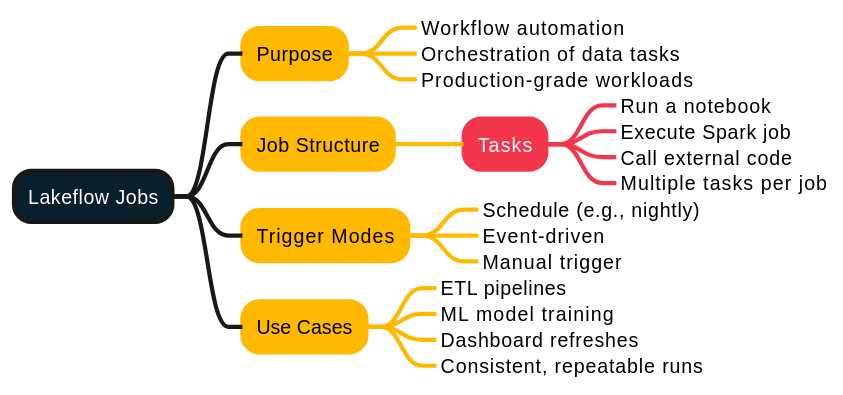
MicrosoftLearning/DP-750T00-Implement-Data-Engineering-Solutions-using-Azure-Databricks keeps this PlantUML diagram as demo/mindmaps/learn.wwl.explore-azure-databricks/04-lakeflow-jobs.svg. Above is the earlier version.
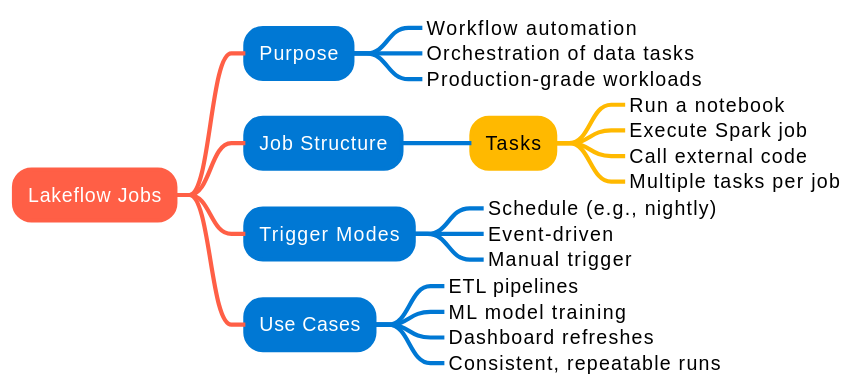
Later version of the same file.

What changed in the source:
```diff
@@ -1,21 +1,22 @@
 @startmindmap
 <style>
 :depth(0) {
-    BackgroundColor #091f2c
+    BackgroundColor #FF5F46
+    LineColor #FF5F46
     FontColor #ffffff
     LineThickness 3.0
 }
 :depth(1) {
+    BackgroundColor #0078D4
+    LineColor #0078D4
+    LineThickness 3.0
+    FontColor #FFFFFF
+}
+:depth(2) {
     BackgroundColor #ffb900
     LineColor #ffb900
     LineThickness 3.0
     FontColor #000000
-}
-:depth(2) {
-    BackgroundColor #f4364c
-    LineColor #f4364c
-    LineThickness 3.0
-    FontColor #ffffff
 }
 boxless {
     FontColor #000000
```
